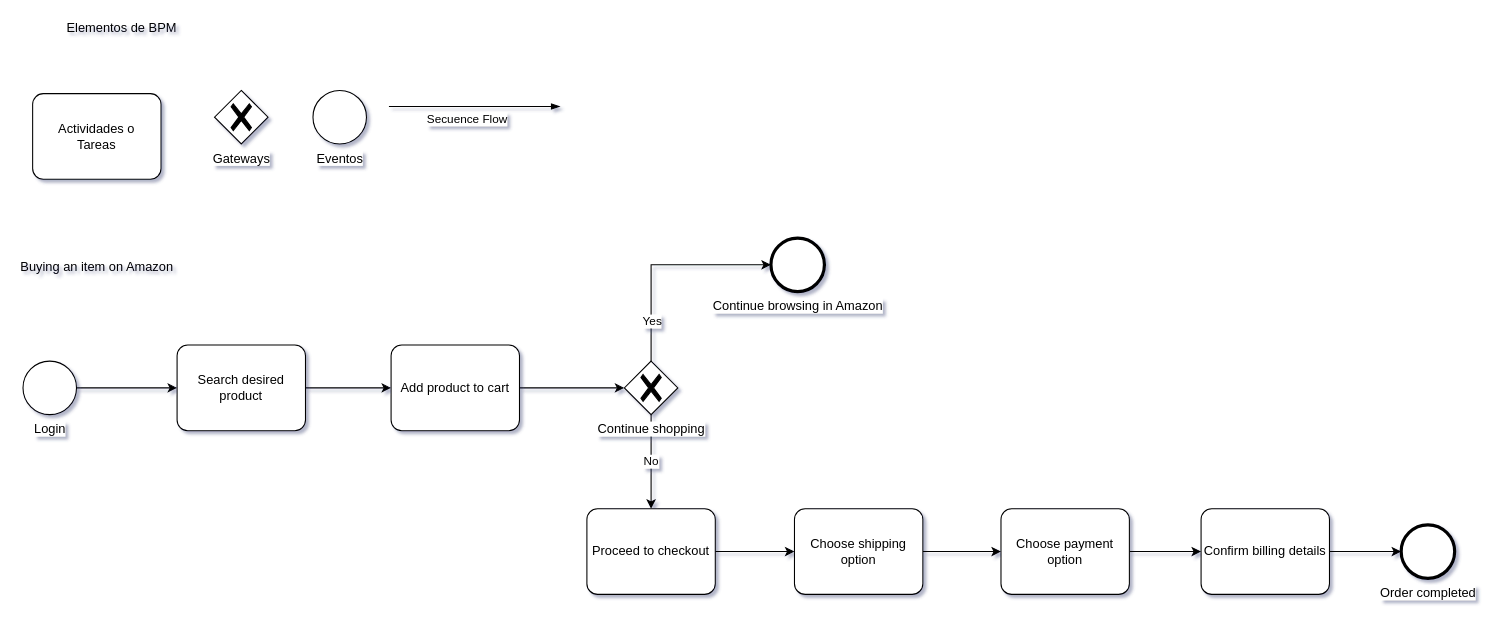
Before: Untitled Diagram.drawio in marcoalf1/BPM, a draw.io diagram. Source tidied: cells renumbered, new cells numbered last; positions are measured from the earlier drawing's top-left corner, leaving out a move shared by most shapes. Both pictures are drawn from the tidied source at 107%, with x=0, y=0 at pixel (18, 18).
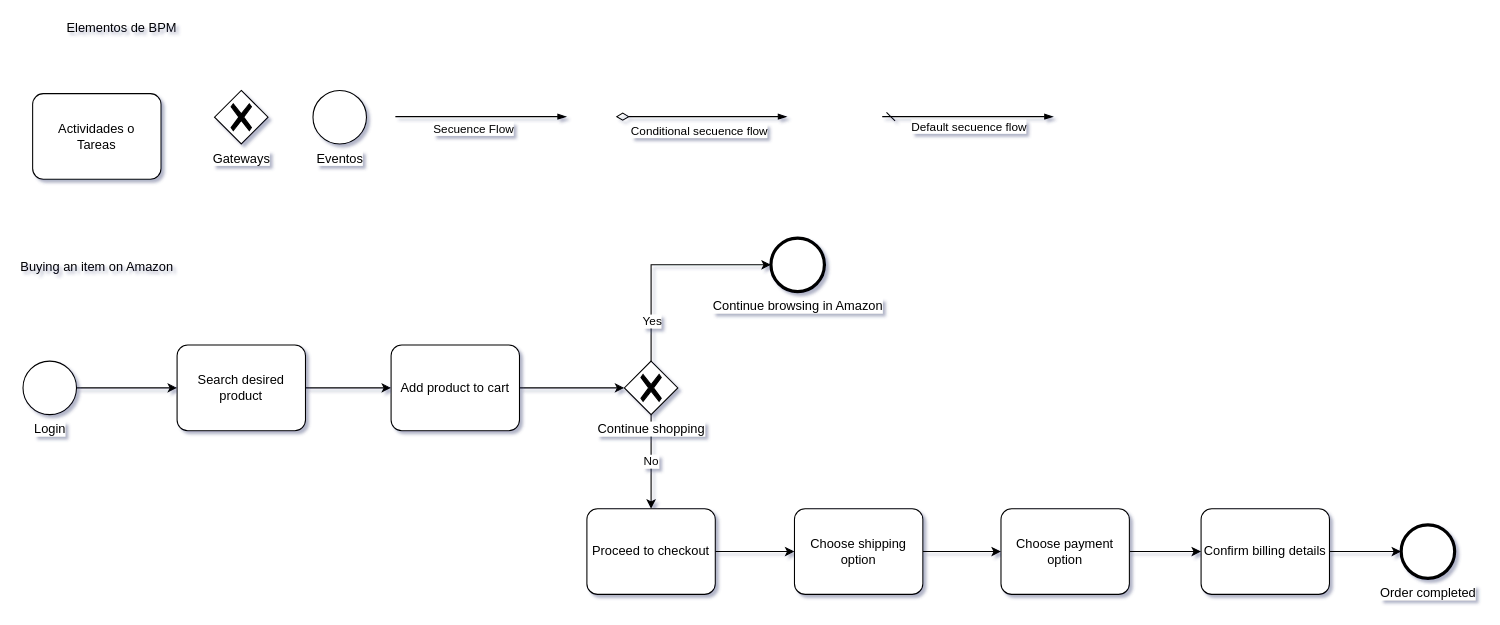
After the change.

What changed in the source:
```diff
@@
     <mxCell id="6" style="edgeStyle=elbowEdgeStyle;fontSize=12;html=1;endArrow=blockThin;endFill=1;" parent="1" edge="1">
       <mxGeometry relative="1" as="geometry">
-        <mxPoint x="346" y="82" as="sourcePoint" />
-        <mxPoint x="506" y="82" as="targetPoint" />
+        <mxPoint x="352" y="91.5" as="sourcePoint" />
+        <mxPoint x="512" y="91.5" as="targetPoint" />
       </mxGeometry>
     </mxCell>
@@
+    <mxCell id="29" style="edgeStyle=elbowEdgeStyle;fontSize=12;html=1;endArrow=blockThin;endFill=1;startArrow=diamondThin;startFill=0;endSize=6;startSize=10;" parent="1" edge="1">
+      <mxGeometry relative="1" as="geometry">
+        <mxPoint x="558" y="91.5" as="sourcePoint" />
+        <mxPoint x="718" y="91.5" as="targetPoint" />
+      </mxGeometry>
+    </mxCell>
+    <mxCell id="30" value="Conditional secuence flow" style="edgeLabel;html=1;align=center;verticalAlign=middle;" parent="29" vertex="1">
+      <mxGeometry x="-0.26" relative="1" as="geometry">
+        <mxPoint x="18" y="13" as="offset" />
+      </mxGeometry>
+    </mxCell>
+    <mxCell id="31" style="edgeStyle=elbowEdgeStyle;fontSize=12;html=1;endArrow=blockThin;endFill=1;startArrow=dash;startFill=0;endSize=6;startSize=6;" parent="1" edge="1">
+      <mxGeometry relative="1" as="geometry">
+        <mxPoint x="807" y="91.5" as="sourcePoint" />
+        <mxPoint x="967" y="91.5" as="targetPoint" />
+      </mxGeometry>
+    </mxCell>
+    <mxCell id="32" value="Default secuence flow" style="edgeLabel;html=1;align=center;verticalAlign=middle;" parent="31" vertex="1">
+      <mxGeometry x="-0.4" y="-4" relative="1" as="geometry">
+        <mxPoint x="32" y="5" as="offset" />
+      </mxGeometry>
+    </mxCell>
```
